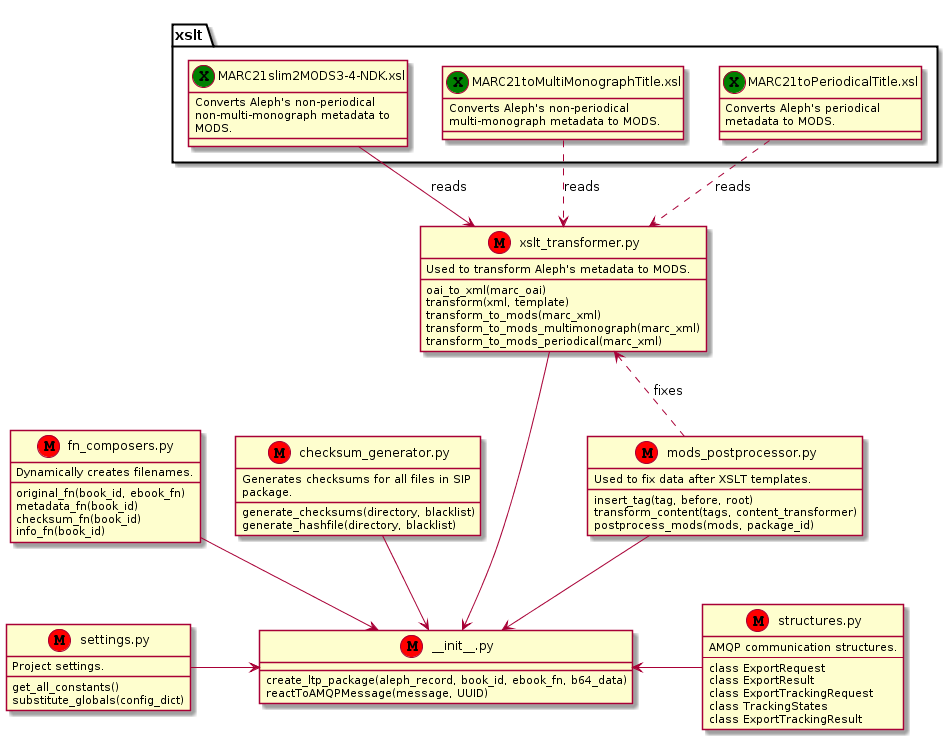
The PlantUML diagram docs/_static/relations.png in edeposit/edeposit.amqp.ltp, before a commit.
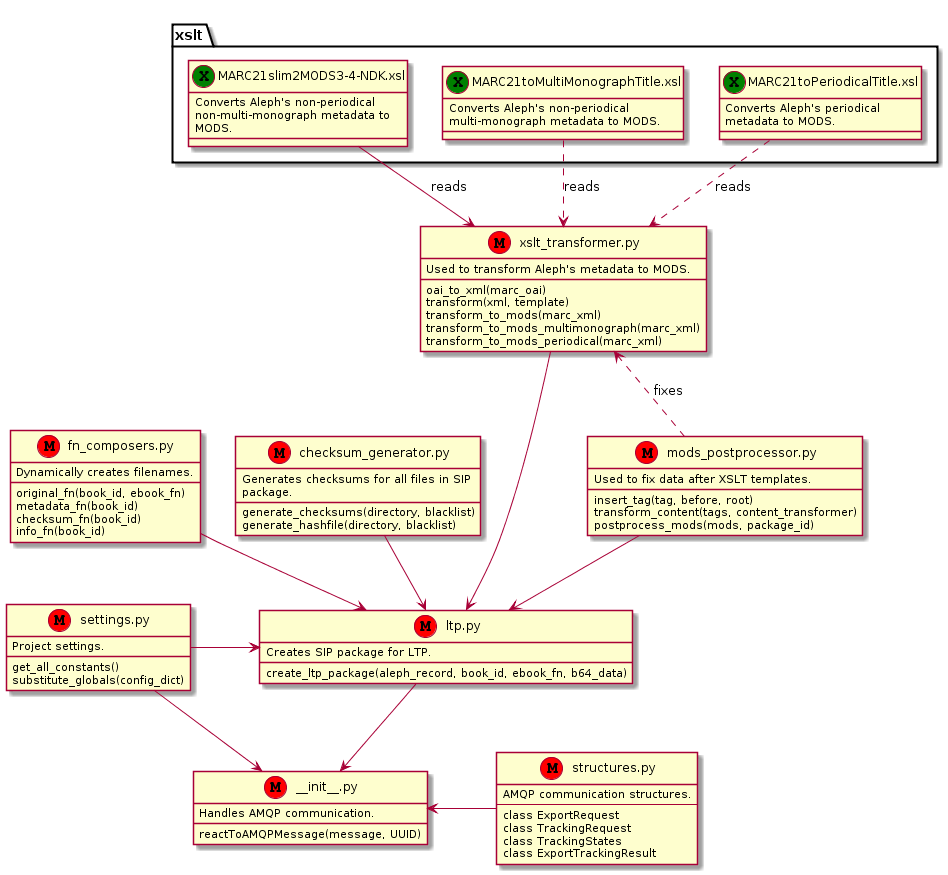
The same diagram one commit later.

Commit message:
#3, #2: UML updated to reflect new hierarchy.

Diff of the diagram source:
```diff
@@ -65,24 +65,33 @@
     AMQP communication structures.
     ---
     class ExportRequest
-    class ExportResult
-    class ExportTrackingRequest
+    class TrackingRequest
     class TrackingStates
     class ExportTrackingResult
 }
 
+class ltp as "ltp.py" <<M, Red>> {
+    Creates SIP package for LTP.
+
+    create_ltp_package(aleph_record, book_id, ebook_fn, b64_data)
+}
+
 class init as "_?_init__.py" <<M, Red>> {
-    create_ltp_package(aleph_record, book_id, ebook_fn, b64_data)
+    Handles AMQP communication.
+
     reactToAMQPMessage(message, UUID)
 }
 
-settings -r-> init
+settings -r-> ltp
+xslt_transformer --d-> ltp
+
+fn_composers -d-> ltp
+checksum_generator -d-> ltp
+mods_postprocessor -d-> ltp
+
+ltp -d-> init
 structures -l-> init
-xslt_transformer --d-> init
-
-fn_composers -d-> init
-checksum_generator -d-> init
-mods_postprocessor -d-> init
+settings --> init
 
 mods_postprocessor .u.> xslt_transformer: fixes
 @enduml
```
